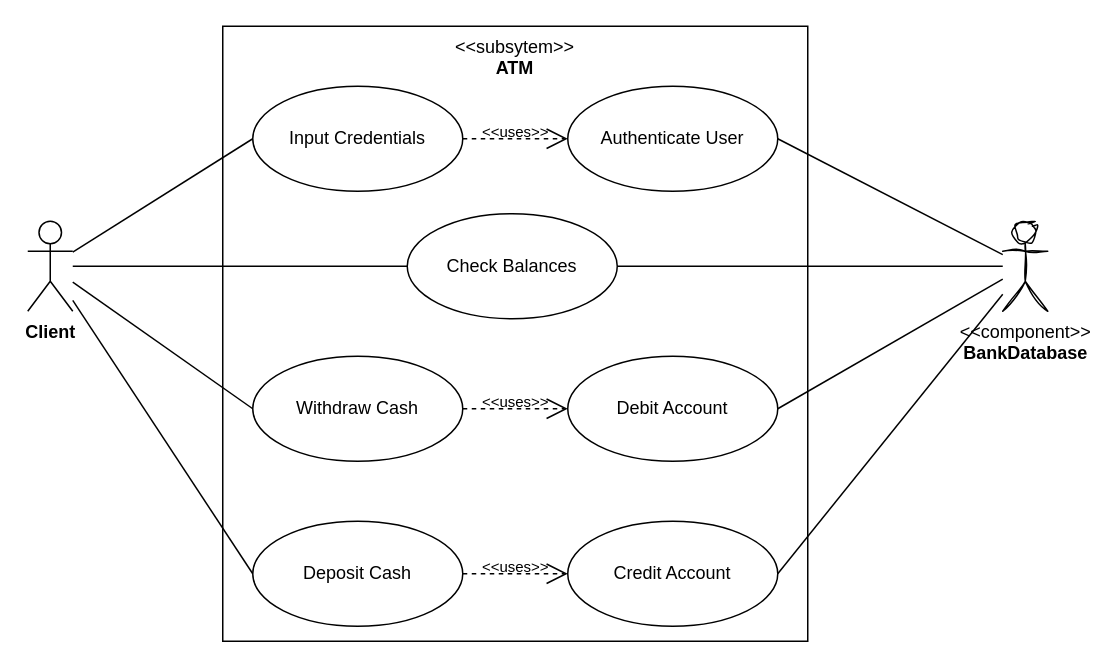
This is Main Courses/CSC1016S/Assignments/5- UML and Consolidation/Diagrams/Exercise1.drawio from DnA-IntRicate/uct-cse, a draw.io file, before an edit. Source tidied: cells renumbered, new cells numbered last; positions are measured from the earlier drawing's top-left corner, leaving out a move shared by most shapes. Both pictures are drawn from the tidied source at 150%, with x=0, y=0 at pixel (27, 26).
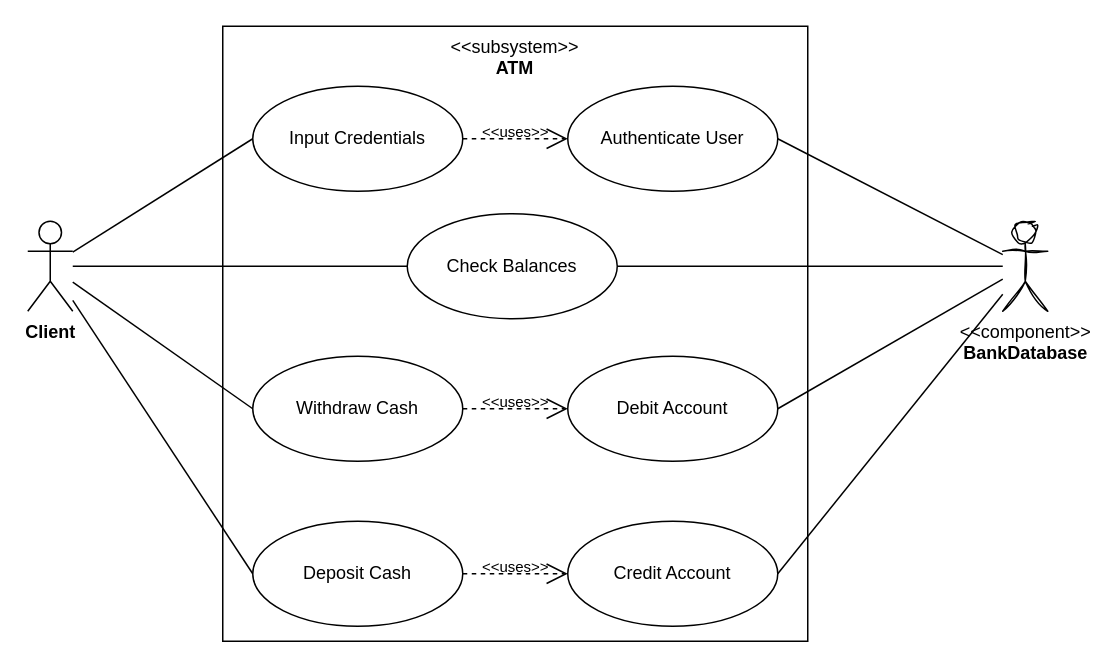
The same page after the edit.

Commit message (it also covers changes not shown here):
Assignment 5 complete code & update UML diagrams

The edit, as a diff of the source:
```diff
@@
-    <mxCell id="2" value="&amp;lt;&amp;lt;subsytem&amp;gt;&amp;gt;&lt;div&gt;&lt;b&gt;ATM&lt;/b&gt;&lt;/div&gt;" style="html=1;whiteSpace=wrap;verticalAlign=top;" parent="1" vertex="1">
+    <mxCell id="2" value="&amp;lt;&amp;lt;subsystem&amp;gt;&amp;gt;&lt;div&gt;&lt;b&gt;ATM&lt;/b&gt;&lt;/div&gt;" style="html=1;whiteSpace=wrap;verticalAlign=top;" parent="1" vertex="1">
       <mxGeometry x="130" width="390" height="410" as="geometry" />
     </mxCell>
```
